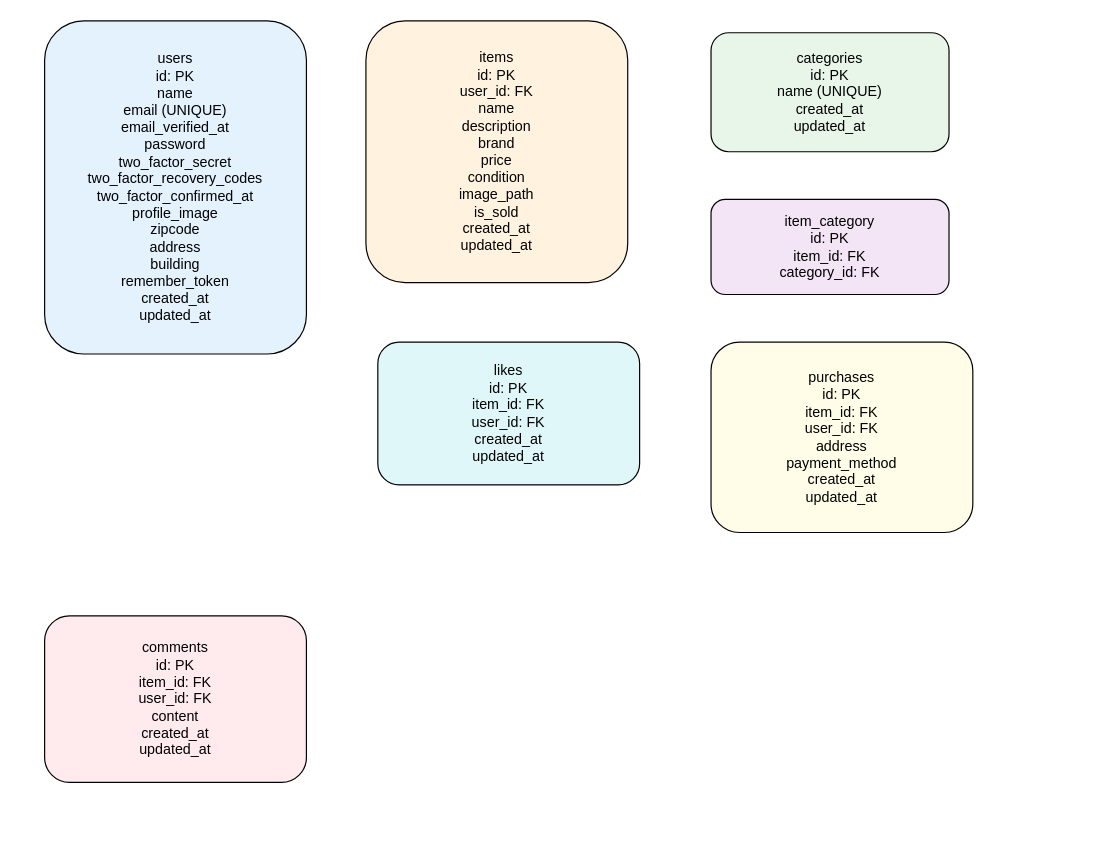
This is er-diagram.drawio from sakaisan1125/demo-case, a draw.io file, before an edit. Source tidied: cells renumbered, new cells numbered last; positions are measured from the earlier drawing's top-left corner, leaving out a move shared by most shapes. Both pictures are drawn from the tidied source at 119%, with x=0, y=0 at pixel (44, 20).
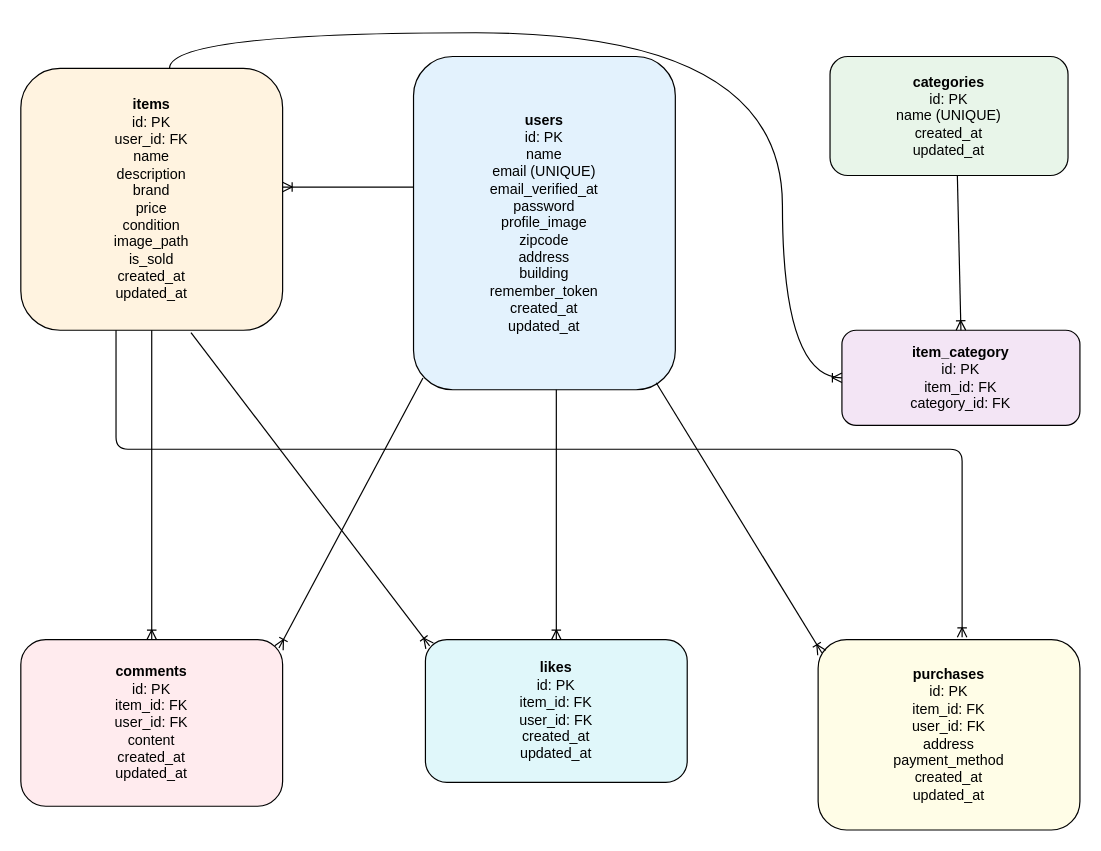
After the change.

Change to the diagram source:
```diff
@@
-<mxGraphModel>
+<mxGraphModel background="#ffffff">
@@
-    <mxCell id="2" value="users&#10;id: PK&#10;name&#10;email (UNIQUE)&#10;email_verified_at&#10;password&#10;two_factor_secret&#10;two_factor_recovery_codes&#10;two_factor_confirmed_at&#10;profile_image&#10;zipcode&#10;address&#10;building&#10;remember_token&#10;created_at&#10;updated_at" style="rounded=1;whiteSpace=wrap;html=1;fillColor=#E3F2FD;" parent="1" vertex="1">
-      <mxGeometry width="220" height="280" as="geometry" />
+    <mxCell id="2" value="&lt;b&gt;users&lt;/b&gt;&lt;br&gt;id: PK&lt;br&gt;name&lt;br&gt;email (UNIQUE)&lt;br&gt;email_verified_at&lt;br&gt;password&lt;br&gt;profile_image&lt;br&gt;zipcode&lt;br&gt;address&lt;br&gt;building&lt;br&gt;remember_token&lt;br&gt;created_at&lt;br&gt;updated_at" style="rounded=1;whiteSpace=wrap;html=1;fillColor=#E3F2FD;" parent="1" vertex="1">
+      <mxGeometry x="310" y="30" width="220" height="280" as="geometry" />
     </mxCell>
-    <mxCell id="3" value="items&#10;id: PK&#10;user_id: FK&#10;name&#10;description&#10;brand&#10;price&#10;condition&#10;image_path&#10;is_sold&#10;created_at&#10;updated_at" style="rounded=1;whiteSpace=wrap;html=1;fillColor=#FFF3E0;" parent="1" vertex="1">
-      <mxGeometry x="270" width="220" height="220" as="geometry" />
+    <mxCell id="3" value="&lt;b&gt;items&lt;/b&gt;&lt;br&gt;id: PK&lt;br&gt;user_id: FK&lt;br&gt;name&lt;br&gt;description&lt;br&gt;brand&lt;br&gt;price&lt;br&gt;condition&lt;br&gt;image_path&lt;br&gt;is_sold&lt;br&gt;created_at&lt;br&gt;updated_at" style="rounded=1;whiteSpace=wrap;html=1;fillColor=#FFF3E0;" parent="1" vertex="1">
+      <mxGeometry x="-20" y="40" width="220" height="220" as="geometry" />
     </mxCell>
-    <mxCell id="4" value="categories&#10;id: PK&#10;name (UNIQUE)&#10;created_at&#10;updated_at" style="rounded=1;whiteSpace=wrap;html=1;fillColor=#E8F5E9;" parent="1" vertex="1">
-      <mxGeometry x="560" y="10" width="200" height="100" as="geometry" />
+    <mxCell id="4" value="&lt;b&gt;categories&lt;/b&gt;&lt;br&gt;id: PK&lt;br&gt;name (UNIQUE)&lt;br&gt;created_at&lt;br&gt;updated_at" style="rounded=1;whiteSpace=wrap;html=1;fillColor=#E8F5E9;" parent="1" vertex="1">
+      <mxGeometry x="660" y="30" width="200" height="100" as="geometry" />
     </mxCell>
-    <mxCell id="5" value="item_category&#10;id: PK&#10;item_id: FK&#10;category_id: FK" style="rounded=1;whiteSpace=wrap;html=1;fillColor=#F3E5F5;" parent="1" vertex="1">
-      <mxGeometry x="560" y="150" width="200" height="80" as="geometry" />
+    <mxCell id="5" value="&lt;b&gt;item_category&lt;/b&gt;&lt;br&gt;id: PK&lt;br&gt;item_id: FK&lt;br&gt;category_id: FK" style="rounded=1;whiteSpace=wrap;html=1;fillColor=#F3E5F5;" parent="1" vertex="1">
+      <mxGeometry x="670" y="260" width="200" height="80" as="geometry" />
     </mxCell>
-    <mxCell id="6" value="comments&#10;id: PK&#10;item_id: FK&#10;user_id: FK&#10;content&#10;created_at&#10;updated_at" style="rounded=1;whiteSpace=wrap;html=1;fillColor=#FFEBEE;" parent="1" vertex="1">
-      <mxGeometry y="500" width="220" height="140" as="geometry" />
+    <mxCell id="6" value="&lt;b&gt;comments&lt;br&gt;&lt;/b&gt;id: PK&lt;br&gt;item_id: FK&lt;br&gt;user_id: FK&lt;br&gt;content&lt;br&gt;created_at&lt;br&gt;updated_at" style="rounded=1;whiteSpace=wrap;html=1;fillColor=#FFEBEE;" parent="1" vertex="1">
+      <mxGeometry x="-20" y="520" width="220" height="140" as="geometry" />
     </mxCell>
-    <mxCell id="7" value="likes&#10;id: PK&#10;item_id: FK&#10;user_id: FK&#10;created_at&#10;updated_at" style="rounded=1;whiteSpace=wrap;html=1;fillColor=#E0F7FA;" parent="1" vertex="1">
-      <mxGeometry x="280" y="270" width="220" height="120" as="geometry" />
+    <mxCell id="7" value="&lt;b&gt;likes&lt;br&gt;&lt;/b&gt;id: PK&lt;br&gt;item_id: FK&lt;br&gt;user_id: FK&lt;br&gt;created_at&lt;br&gt;updated_at" style="rounded=1;whiteSpace=wrap;html=1;fillColor=#E0F7FA;" parent="1" vertex="1">
+      <mxGeometry x="320" y="520" width="220" height="120" as="geometry" />
     </mxCell>
-    <mxCell id="8" value="purchases&#10;id: PK&#10;item_id: FK&#10;user_id: FK&#10;address&#10;payment_method&#10;created_at&#10;updated_at" style="rounded=1;whiteSpace=wrap;html=1;fillColor=#FFFDE7;" parent="1" vertex="1">
-      <mxGeometry x="560" y="270" width="220" height="160" as="geometry" />
+    <mxCell id="8" value="&lt;b&gt;purchases&lt;/b&gt;&lt;br&gt;id: PK&lt;br&gt;item_id: FK&lt;br&gt;user_id: FK&lt;br&gt;address&lt;br&gt;payment_method&lt;br&gt;created_at&lt;br&gt;updated_at" style="rounded=1;whiteSpace=wrap;html=1;fillColor=#FFFDE7;" parent="1" vertex="1">
+      <mxGeometry x="650" y="520" width="220" height="160" as="geometry" />
     </mxCell>
+    <mxCell id="9" style="fontSize=12;html=1;endArrow=ERoneToMany;" parent="1" edge="1">
+      <mxGeometry relative="1" as="geometry">
+        <mxPoint x="310" y="139.7" as="sourcePoint" />
+        <mxPoint x="200" y="139.7" as="targetPoint" />
+      </mxGeometry>
+    </mxCell>
+    <mxCell id="10" style="fontSize=12;html=1;endArrow=ERoneToMany;exitX=0.036;exitY=0.965;exitDx=0;exitDy=0;exitPerimeter=0;entryX=0.986;entryY=0.05;entryDx=0;entryDy=0;entryPerimeter=0;" parent="1" edge="1" source="2" target="6">
+      <mxGeometry relative="1" as="geometry" />
+    </mxCell>
+    <mxCell id="11" style="fontSize=12;html=1;endArrow=ERoneToMany;entryX=0.5;entryY=0;entryDx=0;entryDy=0;" parent="1" edge="1" target="7">
+      <mxGeometry relative="1" as="geometry">
+        <mxPoint x="430" y="310" as="sourcePoint" />
+      </mxGeometry>
+    </mxCell>
+    <mxCell id="12" style="fontSize=12;html=1;endArrow=ERoneToMany;exitX=0.927;exitY=0.979;exitDx=0;exitDy=0;entryX=0.014;entryY=0.069;entryDx=0;entryDy=0;entryPerimeter=0;exitPerimeter=0;" parent="1" edge="1" source="2" target="8">
+      <mxGeometry relative="1" as="geometry" />
+    </mxCell>
+    <mxCell id="13" style="fontSize=12;html=1;endArrow=ERoneToMany;exitX=0.5;exitY=1;exitDx=0;exitDy=0;entryX=0.5;entryY=0;entryDx=0;entryDy=0;entryPerimeter=0;" parent="1" edge="1" source="3" target="6">
+      <mxGeometry relative="1" as="geometry" />
+    </mxCell>
+    <mxCell id="14" style="fontSize=12;html=1;endArrow=ERoneToMany;entryX=0.016;entryY=0.044;entryDx=0;entryDy=0;exitX=0.65;exitY=1.009;exitDx=0;exitDy=0;exitPerimeter=0;entryPerimeter=0;" parent="1" edge="1" source="3" target="7">
+      <mxGeometry relative="1" as="geometry" />
+    </mxCell>
+    <mxCell id="15" style="edgeStyle=orthogonalEdgeStyle;fontSize=12;html=1;endArrow=ERoneToMany;entryX=0.55;entryY=-0.012;entryDx=0;entryDy=0;entryPerimeter=0;" parent="1" edge="1" target="8">
+      <mxGeometry relative="1" as="geometry">
+        <mxPoint x="60" y="260" as="sourcePoint" />
+        <Array as="points">
+          <mxPoint x="60" y="360" />
+          <mxPoint x="771" y="360" />
+        </Array>
+      </mxGeometry>
+    </mxCell>
+    <mxCell id="16" style="edgeStyle=orthogonalEdgeStyle;fontSize=12;html=1;endArrow=ERoneToMany;entryX=0;entryY=0.5;entryDx=0;entryDy=0;curved=1;exitX=0.568;exitY=0;exitDx=0;exitDy=0;exitPerimeter=0;" parent="1" edge="1" source="3" target="5">
+      <mxGeometry relative="1" as="geometry">
+        <Array as="points">
+          <mxPoint x="105" y="10" />
+          <mxPoint x="620" y="10" />
+          <mxPoint x="620" y="300" />
+        </Array>
+      </mxGeometry>
+    </mxCell>
+    <mxCell id="17" style="fontSize=12;html=1;endArrow=ERoneToMany;exitX=0.535;exitY=1;exitDx=0;exitDy=0;exitPerimeter=0;entryX=0.5;entryY=0;entryDx=0;entryDy=0;" parent="1" edge="1" source="4" target="5">
+      <mxGeometry relative="1" as="geometry" />
+    </mxCell>
```
